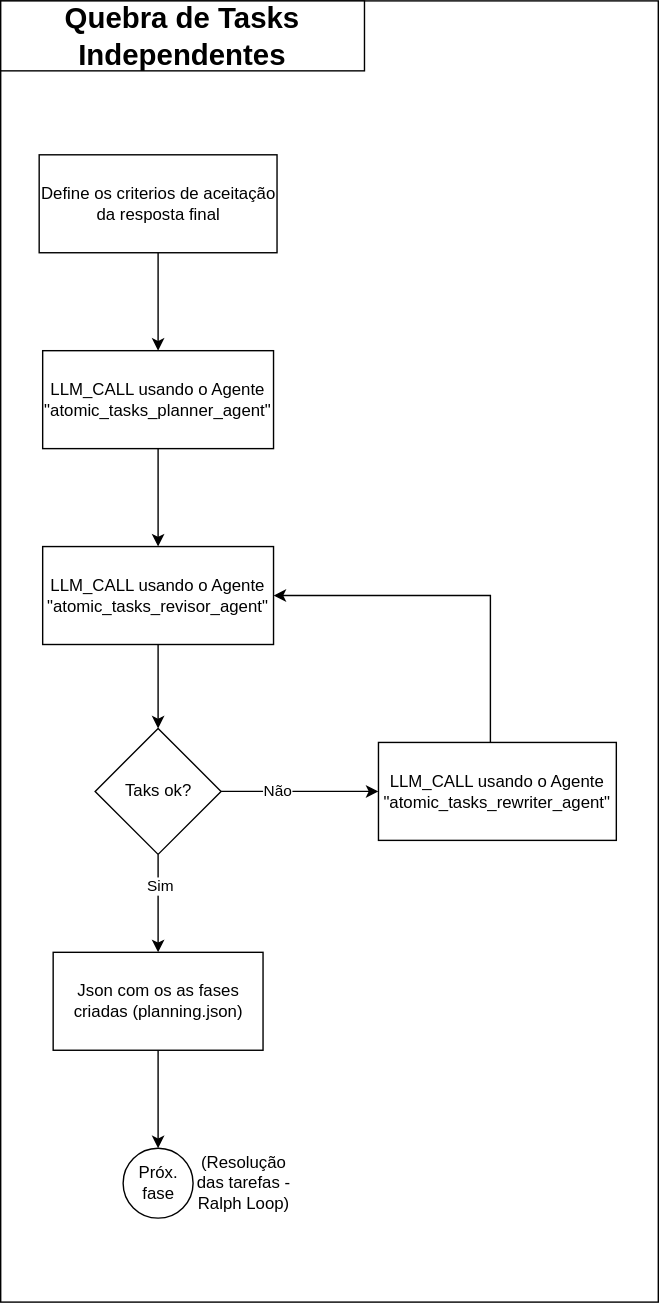
Before: docs/entregas/paper_v2/latex/diagrams/quebra_de_tasks_independentes.svg, a diagram exported from draw.io (TCC-FEI-Harness-IA/AI-Harness-Beyond-Software-Engineering). Source tidied: cells renumbered, new cells last; positions are measured from the earlier drawing's top-left corner, leaving out a move shared by most shapes.
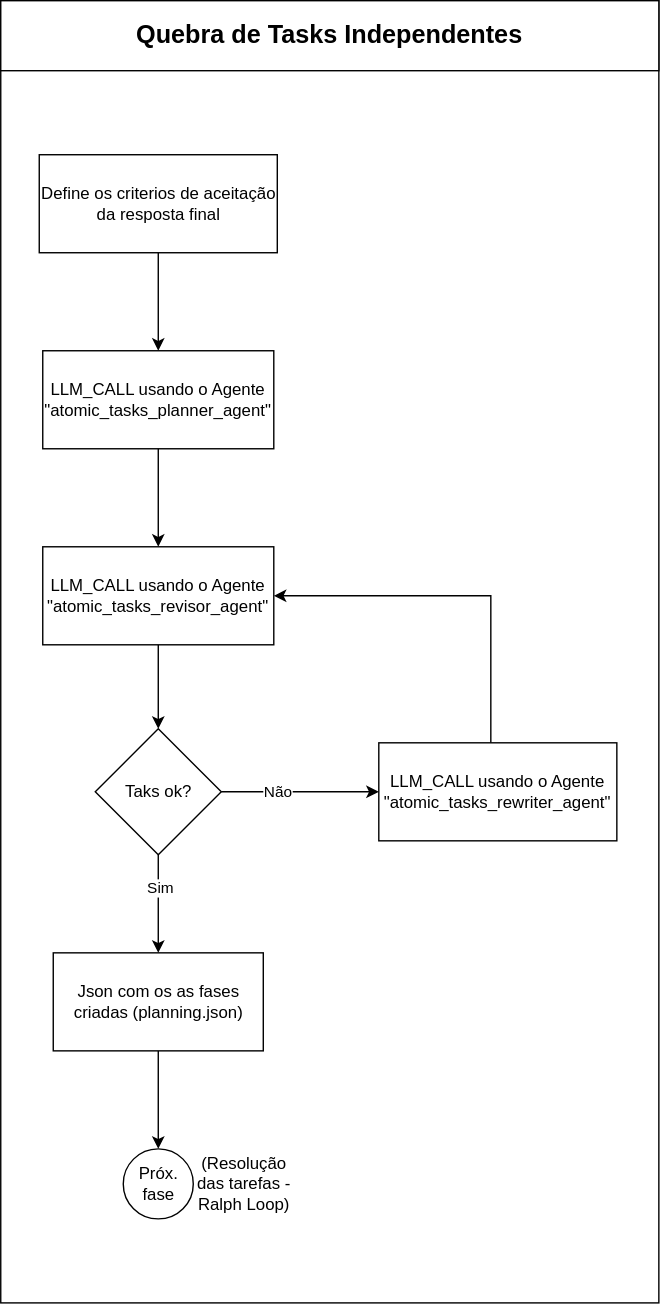
Later version of the same file.

The edit, as a diff of the source:
```diff
@@ -2,11 +2,11 @@
   <root>
     <mxCell id="0" />
     <mxCell id="1" parent="0" />
-    <mxCell id="2" style="rounded=0;whiteSpace=wrap;html=1;fillColor=none;" parent="1" vertex="1">
-      <mxGeometry width="470" height="930" as="geometry" />
-    </mxCell>
+    <mxCell id="21" style="rounded=0;whiteSpace=wrap;html=1;fillColor=none;" parent="1" vertex="1">
+      <mxGeometry width="470" height="930" as="geometry" />
+    </mxCell>
-    <mxCell id="3" value="&lt;b&gt;&lt;font style=&quot;font-size: 21px;&quot;&gt;Quebra de Tasks Independentes&lt;/font&gt;&lt;/b&gt;" style="rounded=0;whiteSpace=wrap;html=1;" parent="1" vertex="1">
-      <mxGeometry width="260" height="50" as="geometry" />
+    <mxCell id="3" value="&lt;b&gt;&lt;font style=&quot;font-size: 18px;&quot;&gt;Quebra de Tasks Independentes&lt;/font&gt;&lt;/b&gt;" style="rounded=0;whiteSpace=wrap;html=1;" parent="1" vertex="1">
+      <mxGeometry width="470" height="50" as="geometry" />
     </mxCell>
     <mxCell id="4" style="edgeStyle=orthogonalEdgeStyle;rounded=0;jettySize=auto;html=1;" parent="1" edge="1" source="5" target="7">
       <mxGeometry relative="1" as="geometry" />
```
